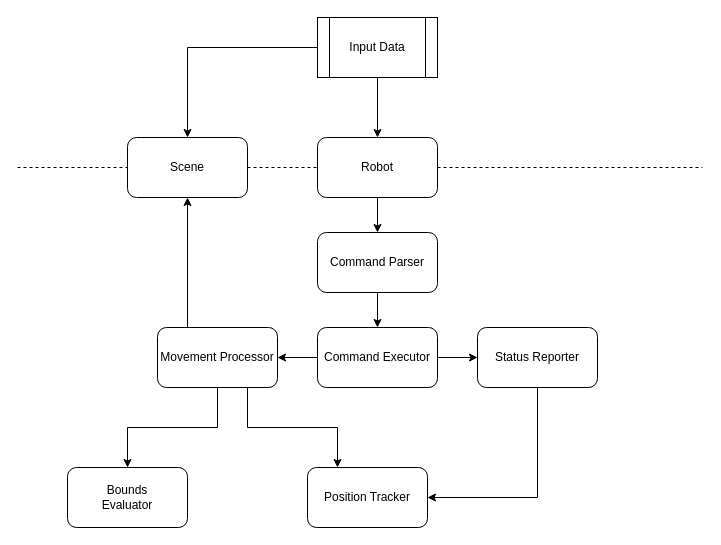
This is doc/Component Diagram.drawio from Hardcoded-NS/LibToyBot, a draw.io file, before an edit. Source tidied: cells renumbered, new cells numbered last; positions are measured from the earlier drawing's top-left corner, leaving out a move shared by most shapes. Both pictures are drawn from the tidied source at 100%, with x=0, y=0 at pixel (17, 17).
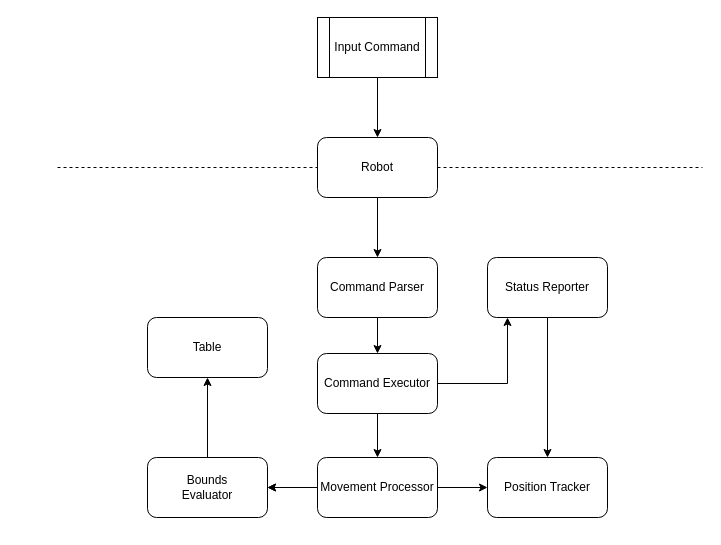
The same diagram, later.

Commit message (it also covers changes not shown here):
Updated component diagram. Renamed Scene class to Table

Unchanged cells that the change refers to:
```xml
<mxCell id="18" value="Robot" style="rounded=1;whiteSpace=wrap;html=1;" parent="1" vertex="1">
  <mxGeometry x="300" y="120" width="120" height="60" as="geometry" />
</mxCell>
```

Diff of the diagram source:
```diff
@@
     <mxCell id="3" style="edgeStyle=orthogonalEdgeStyle;rounded=0;jettySize=auto;html=1;" parent="1" edge="1" source="4" target="11">
-      <mxGeometry relative="1" as="geometry" />
+      <mxGeometry relative="1" as="geometry">
+        <Array as="points">
+          <mxPoint x="490" y="366" />
+        </Array>
+      </mxGeometry>
     </mxCell>
     <mxCell id="4" value="Command Executor" style="rounded=1;whiteSpace=wrap;html=1;" parent="1" vertex="1">
-      <mxGeometry x="300" y="310" width="120" height="60" as="geometry" />
+      <mxGeometry x="300" y="336" width="120" height="60" as="geometry" />
     </mxCell>
@@
+    <mxCell id="24" style="edgeStyle=orthogonalEdgeStyle;rounded=0;jettySize=auto;html=1;" parent="1" edge="1" source="9" target="20">
+      <mxGeometry relative="1" as="geometry" />
+    </mxCell>
-    <mxCell id="6" style="edgeStyle=orthogonalEdgeStyle;rounded=0;jettySize=auto;html=1;exitX=0.75;exitY=1;exitDx=0;exitDy=0;entryX=0.25;entryY=0;entryDx=0;entryDy=0;" parent="1" edge="1" source="8" target="12">
+    <mxCell id="6" style="edgeStyle=orthogonalEdgeStyle;rounded=0;jettySize=auto;html=1;" parent="1" edge="1" source="8" target="12">
       <mxGeometry relative="1" as="geometry" />
     </mxCell>
-    <mxCell id="7" style="edgeStyle=orthogonalEdgeStyle;rounded=0;jettySize=auto;html=1;exitX=0.25;exitY=0;exitDx=0;exitDy=0;entryX=0.5;entryY=1;entryDx=0;entryDy=0;" parent="1" edge="1" source="8" target="20">
-      <mxGeometry relative="1" as="geometry" />
-    </mxCell>
     <mxCell id="8" value="Movement Processor" style="rounded=1;whiteSpace=wrap;html=1;" parent="1" vertex="1">
-      <mxGeometry x="140" y="310" width="120" height="60" as="geometry" />
+      <mxGeometry x="300" y="440" width="120" height="60" as="geometry" />
     </mxCell>
-    <mxCell id="9" value="Bounds&lt;br&gt;Evaluator" style="rounded=1;whiteSpace=wrap;html=1;" parent="1" vertex="1">
-      <mxGeometry x="50" y="450" width="120" height="60" as="geometry" />
-    </mxCell>
-    <mxCell id="10" style="edgeStyle=orthogonalEdgeStyle;rounded=0;jettySize=auto;html=1;exitX=0.5;exitY=1;exitDx=0;exitDy=0;entryX=1;entryY=0.5;entryDx=0;entryDy=0;" parent="1" edge="1" source="11" target="12">
+    <mxCell id="10" style="edgeStyle=orthogonalEdgeStyle;rounded=0;jettySize=auto;html=1;exitX=0.5;exitY=1;exitDx=0;exitDy=0;entryX=0.5;entryY=0;entryDx=0;entryDy=0;" parent="1" edge="1" source="11" target="12">
       <mxGeometry relative="1" as="geometry" />
     </mxCell>
     <mxCell id="11" value="Status Reporter" style="rounded=1;whiteSpace=wrap;html=1;" parent="1" vertex="1">
-      <mxGeometry x="460" y="310" width="120" height="60" as="geometry" />
+      <mxGeometry x="470" y="240" width="120" height="60" as="geometry" />
     </mxCell>
     <mxCell id="12" value="Position Tracker" style="rounded=1;whiteSpace=wrap;html=1;" parent="1" vertex="1">
-      <mxGeometry x="290" y="450" width="120" height="60" as="geometry" />
+      <mxGeometry x="470" y="440" width="120" height="60" as="geometry" />
     </mxCell>
@@
-    <mxCell id="14" style="edgeStyle=orthogonalEdgeStyle;rounded=0;jettySize=auto;html=1;entryX=0.5;entryY=0;entryDx=0;entryDy=0;" parent="1" edge="1" source="15" target="20">
-      <mxGeometry relative="1" as="geometry" />
-    </mxCell>
-    <mxCell id="15" value="Input Data" style="shape=process;whiteSpace=wrap;html=1;backgroundOutline=1;" parent="1" vertex="1">
+    <mxCell id="15" value="Input Command" style="shape=process;whiteSpace=wrap;html=1;backgroundOutline=1;" parent="1" vertex="1">
       <mxGeometry x="300" width="120" height="60" as="geometry" />
     </mxCell>
@@
-    <mxCell id="19" style="endArrow=none;dashed=1;html=1;" parent="1" edge="1" source="20" target="18">
-      <mxGeometry relative="1" as="geometry" />
-    </mxCell>
-    <mxCell id="20" value="Scene" style="rounded=1;whiteSpace=wrap;html=1;" parent="1" vertex="1">
-      <mxGeometry x="110" y="120" width="120" height="60" as="geometry" />
+    <mxCell id="20" value="Table" style="rounded=1;whiteSpace=wrap;html=1;" parent="1" vertex="1">
+      <mxGeometry x="130" y="300" width="120" height="60" as="geometry" />
     </mxCell>
-    <mxCell id="21" style="endArrow=none;dashed=1;html=1;" parent="1" edge="1" target="20">
-      <mxGeometry relative="1" as="geometry">
-        <mxPoint y="150" as="sourcePoint" />
-      </mxGeometry>
-    </mxCell>
@@
     <mxCell id="23" value="Command Parser" style="rounded=1;whiteSpace=wrap;html=1;" parent="1" vertex="1">
-      <mxGeometry x="300" y="215" width="120" height="60" as="geometry" />
+      <mxGeometry x="300" y="240" width="120" height="60" as="geometry" />
     </mxCell>
+    <mxCell id="25" style="endArrow=none;dashed=1;html=1;entryX=0;entryY=0.5;entryDx=0;entryDy=0;" parent="1" edge="1" target="18">
+      <mxGeometry relative="1" as="geometry">
+        <mxPoint x="40" y="150" as="sourcePoint" />
+      </mxGeometry>
+    </mxCell>
+    <mxCell id="9" value="Bounds&lt;br&gt;Evaluator" style="rounded=1;whiteSpace=wrap;html=1;" parent="1" vertex="1">
+      <mxGeometry x="130" y="440" width="120" height="60" as="geometry" />
+    </mxCell>
+    <mxCell id="26" style="edgeStyle=orthogonalEdgeStyle;rounded=0;jettySize=auto;html=1;" parent="1" edge="1" source="8" target="9">
+      <mxGeometry relative="1" as="geometry" />
+    </mxCell>
```
